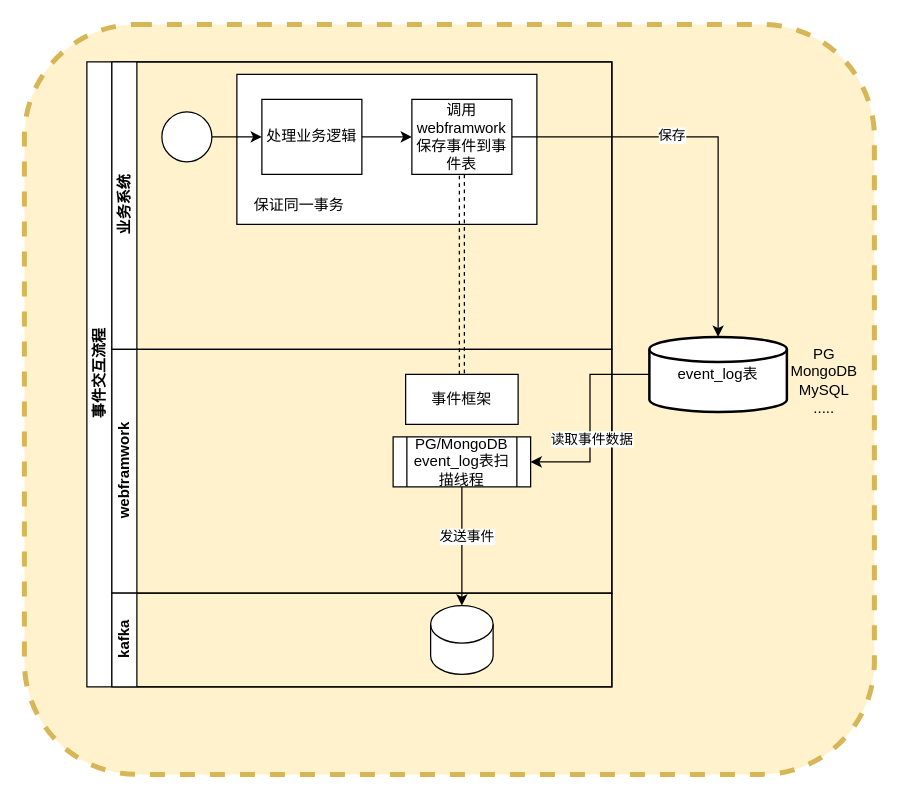
Before: 事件框架泳道图.drawio in jiangzhanghong/studygit, a draw.io diagram. Source tidied: cells renumbered, new cells numbered last; positions are measured from the earlier drawing's top-left corner, leaving out a move shared by most shapes. Both pictures are drawn from the tidied source at 125%, with x=0, y=0 at pixel (24, 24).
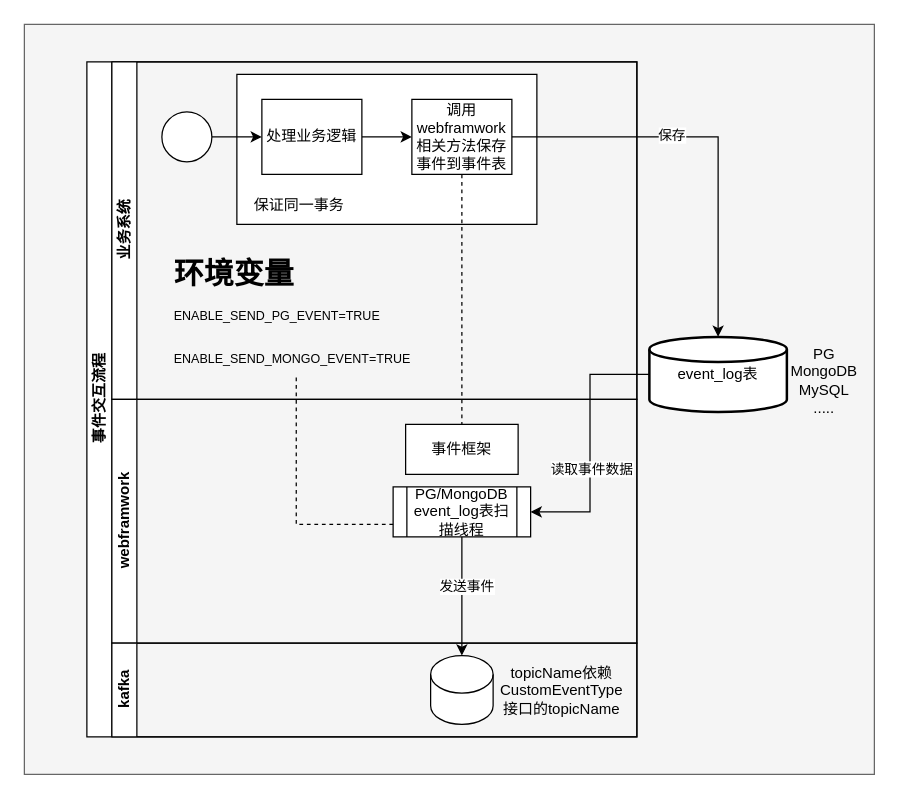
Above is the later version.

Commit message (it also covers changes not shown here):
更新事件框架泳道图.drawio

The change refers to these unchanged cells:
```xml
<mxCell id="13" value="事件框架" style="rounded=0;whiteSpace=wrap;html=1;" parent="12" vertex="1">
  <mxGeometry x="235" y="20" width="90" height="40" as="geometry" />
</mxCell>
<mxCell id="14" value="PG/MongoDB event_log表扫描线程" style="shape=process;whiteSpace=wrap;html=1;backgroundOutline=1;" parent="12" vertex="1">
  <mxGeometry x="225" y="70" width="110" height="40" as="geometry" />
</mxCell>
```

What changed in the source:
```diff
@@
-    <mxCell id="2" style="rounded=1;whiteSpace=wrap;html=1;dashed=1;fillColor=#fff2cc;strokeColor=#d6b656;strokeWidth=4;shadow=0;glass=0;fillStyle=auto;" parent="1" vertex="1">
+    <mxCell id="2" style="rounded=0;whiteSpace=wrap;html=1;strokeWidth=1;shadow=0;glass=0;fillStyle=auto;fillColor=#f5f5f5;fontColor=#333333;strokeColor=#666666;" parent="1" vertex="1">
       <mxGeometry width="680" height="600" as="geometry" />
     </mxCell>
     <mxCell id="3" value="事件交互流程" style="swimlane;html=1;horizontal=0;startSize=20;" parent="1" vertex="1">
-      <mxGeometry x="50" y="30" width="420" height="500" as="geometry" />
+      <mxGeometry x="50" y="30" width="440" height="540" as="geometry" />
     </mxCell>
     <mxCell id="4" value="业务系统" style="swimlane;html=1;startSize=20;horizontal=0;" parent="3" vertex="1">
-      <mxGeometry x="20" width="400" height="230" as="geometry" />
+      <mxGeometry x="20" width="420" height="270" as="geometry" />
     </mxCell>
@@
-    <mxCell id="10" value="调用webframwork保存事件到事件表" style="rounded=0;whiteSpace=wrap;html=1;fontFamily=Helvetica;fontSize=12;fontColor=#000000;align=center;" parent="4" vertex="1">
+    <mxCell id="10" value="调用webframwork相关方法保存事件到事件表" style="rounded=0;whiteSpace=wrap;html=1;fontFamily=Helvetica;fontSize=12;fontColor=#000000;align=center;" parent="4" vertex="1">
       <mxGeometry x="240" y="30" width="80" height="60" as="geometry" />
     </mxCell>
@@
+    <mxCell id="26" value="&lt;h1&gt;环境变量&lt;font style=&quot;background-color: initial; font-weight: normal; font-size: 10px;&quot;&gt;ENABLE_SEND_PG_EVENT=TRUE&lt;/font&gt;&lt;/h1&gt;&lt;p&gt;&lt;font style=&quot;font-size: 10px;&quot;&gt;ENABLE_SEND_MONGO_EVENT=TRUE&lt;/font&gt;&lt;/p&gt;" style="text;html=1;strokeColor=none;fillColor=none;spacing=5;spacingTop=-20;whiteSpace=wrap;overflow=hidden;rounded=0;" parent="4" vertex="1">
+      <mxGeometry x="45" y="150" width="205" height="100" as="geometry" />
+    </mxCell>
     <mxCell id="12" value="webframwork" style="swimlane;html=1;startSize=20;horizontal=0;" parent="3" vertex="1">
-      <mxGeometry x="20" y="230" width="400" height="195" as="geometry" />
+      <mxGeometry x="20" y="270" width="420" height="195" as="geometry" />
     </mxCell>
@@
     <mxCell id="15" value="kafka" style="swimlane;html=1;startSize=20;horizontal=0;" parent="3" vertex="1">
-      <mxGeometry x="20" y="425" width="400" height="75" as="geometry" />
+      <mxGeometry x="20" y="465" width="420" height="75" as="geometry" />
     </mxCell>
@@
-    <mxCell id="17" style="edgeStyle=orthogonalEdgeStyle;rounded=0;jettySize=auto;html=1;dashed=1;shape=link;" parent="3" edge="1" source="10" target="13">
-      <mxGeometry relative="1" as="geometry" />
-    </mxCell>
+    <mxCell id="27" value="topicName依赖CustomEventType接口的topicName" style="text;html=1;strokeColor=none;fillColor=none;align=center;verticalAlign=middle;whiteSpace=wrap;rounded=0;" parent="15" vertex="1">
+      <mxGeometry x="330" y="22.5" width="60" height="30" as="geometry" />
+    </mxCell>
@@
+    <mxCell id="28" style="endArrow=none;dashed=1;html=1;rounded=0;edgeStyle=orthogonalEdgeStyle;exitX=0;exitY=0.75;exitDx=0;exitDy=0;" parent="3" edge="1" source="14" target="26">
+      <mxGeometry relative="1" as="geometry" />
+    </mxCell>
+    <mxCell id="17" style="edgeStyle=orthogonalEdgeStyle;rounded=0;jettySize=auto;html=1;jumpStyle=none;startArrow=none;startFill=0;dashed=1;endFill=0;endArrow=none;" parent="3" edge="1" source="10" target="13">
+      <mxGeometry relative="1" as="geometry" />
+    </mxCell>
```
